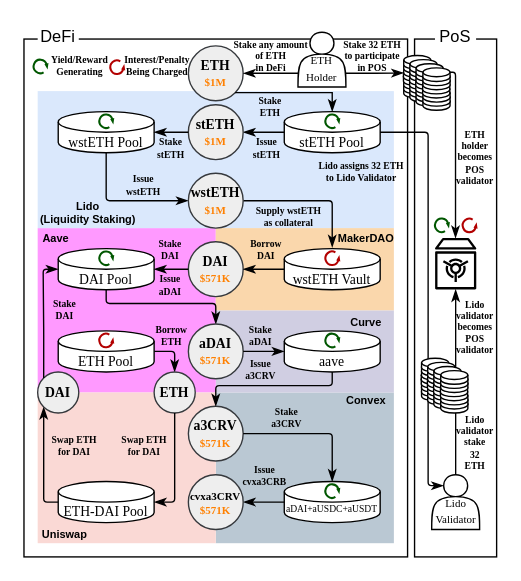
This is diagrams/complexity.drawio from lyc0603/tvl-measurement, a draw.io file, before an edit. Source tidied: cells renumbered, new cells numbered last; positions are measured from the earlier drawing's top-left corner, leaving out a move shared by most shapes. Both pictures are drawn from the tidied source at 137%, with x=0, y=0 at pixel (23, 23).
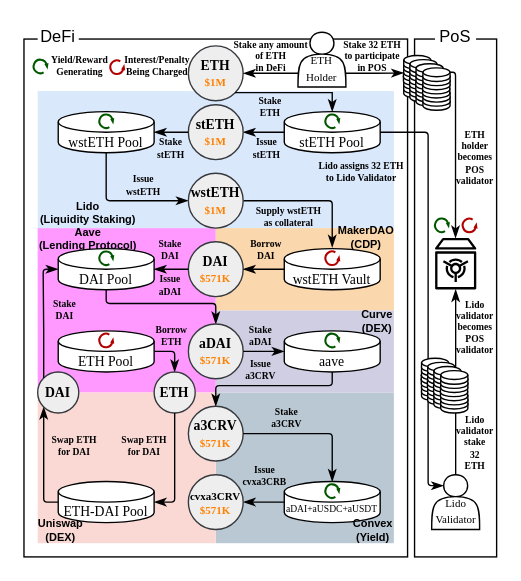
After the change.

Diff of the diagram source:
```diff
@@
-    <mxCell id="22" value="&lt;b&gt;Aave&lt;/b&gt;" style="text;html=1;strokeColor=none;fillColor=none;align=center;verticalAlign=middle;whiteSpace=wrap;rounded=0;fontSize=8;" parent="1" vertex="1">
-      <mxGeometry x="10" y="151" width="26.5" height="12" as="geometry" />
+    <mxCell id="22" value="&lt;b&gt;Aave&lt;br&gt;(Lending Protocol)&lt;br&gt;&lt;/b&gt;" style="text;html=1;strokeColor=none;fillColor=none;align=center;verticalAlign=middle;whiteSpace=wrap;rounded=0;fontSize=8;" parent="1" vertex="1">
+      <mxGeometry x="7" y="151" width="80" height="12" as="geometry" />
     </mxCell>
@@
-    <mxCell id="29" value="&lt;b&gt;Curve&lt;/b&gt;" style="text;html=1;strokeColor=none;fillColor=none;align=center;verticalAlign=middle;whiteSpace=wrap;rounded=0;fontSize=8;" parent="1" vertex="1">
-      <mxGeometry x="235" y="212" width="30" height="12" as="geometry" />
+    <mxCell id="29" value="&lt;b&gt;Curve&lt;br&gt;(DEX)&lt;br&gt;&lt;/b&gt;" style="text;html=1;strokeColor=none;fillColor=none;align=center;verticalAlign=middle;whiteSpace=wrap;rounded=0;fontSize=8;" parent="1" vertex="1">
+      <mxGeometry x="243" y="211" width="30" height="12" as="geometry" />
     </mxCell>
@@
-    <mxCell id="33" value="&lt;b&gt;Uniswap&lt;/b&gt;" style="text;html=1;strokeColor=none;fillColor=none;align=center;verticalAlign=middle;whiteSpace=wrap;rounded=0;fontSize=8;" parent="1" vertex="1">
-      <mxGeometry x="10" y="367" width="40" height="12" as="geometry" />
+    <mxCell id="33" value="&lt;b&gt;Uniswap&lt;br&gt;(DEX)&lt;br&gt;&lt;/b&gt;" style="text;html=1;strokeColor=none;fillColor=none;align=center;verticalAlign=middle;whiteSpace=wrap;rounded=0;fontSize=8;" parent="1" vertex="1">
+      <mxGeometry x="7" y="364" width="40" height="12" as="geometry" />
     </mxCell>
@@
-    <mxCell id="42" value="&lt;b&gt;Convex&lt;/b&gt;" style="text;html=1;strokeColor=none;fillColor=none;align=center;verticalAlign=middle;whiteSpace=wrap;rounded=0;fontSize=8;" parent="1" vertex="1">
-      <mxGeometry x="235" y="269" width="30" height="12" as="geometry" />
+    <mxCell id="42" value="&lt;b&gt;Convex&lt;br&gt;(Yield)&lt;br&gt;&lt;/b&gt;" style="text;html=1;strokeColor=none;fillColor=none;align=center;verticalAlign=middle;whiteSpace=wrap;rounded=0;fontSize=8;" parent="1" vertex="1">
+      <mxGeometry x="240" y="364" width="30" height="12" as="geometry" />
     </mxCell>
@@
-    <mxCell id="133" value="&lt;b&gt;MakerDAO&lt;/b&gt;" style="text;html=1;strokeColor=none;fillColor=none;align=center;verticalAlign=middle;whiteSpace=wrap;rounded=0;fontSize=8;" parent="1" vertex="1">
-      <mxGeometry x="225" y="151" width="50" height="12" as="geometry" />
+    <mxCell id="133" value="&lt;b&gt;MakerDAO&lt;br&gt;(CDP)&lt;br&gt;&lt;/b&gt;" style="text;html=1;strokeColor=none;fillColor=none;align=center;verticalAlign=middle;whiteSpace=wrap;rounded=0;fontSize=8;" parent="1" vertex="1">
+      <mxGeometry x="225" y="153" width="50" height="6" as="geometry" />
     </mxCell>
```
